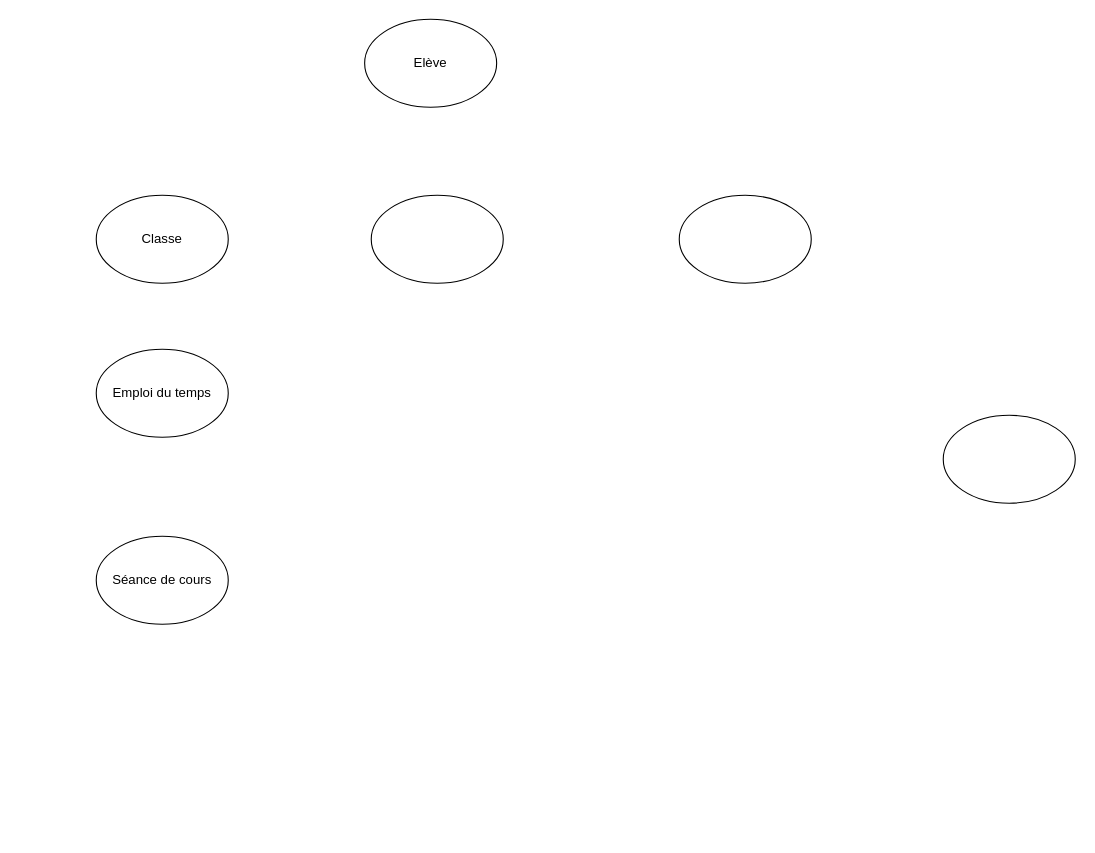
This is Representation_graphique.drawio from MarcoKlinko/symfony_app, a draw.io file, before an edit. Source tidied: cells renumbered, new cells numbered last; positions are measured from the earlier drawing's top-left corner, leaving out a move shared by most shapes. Both pictures are drawn from the tidied source at 110%, with x=0, y=0 at pixel (96, 19).
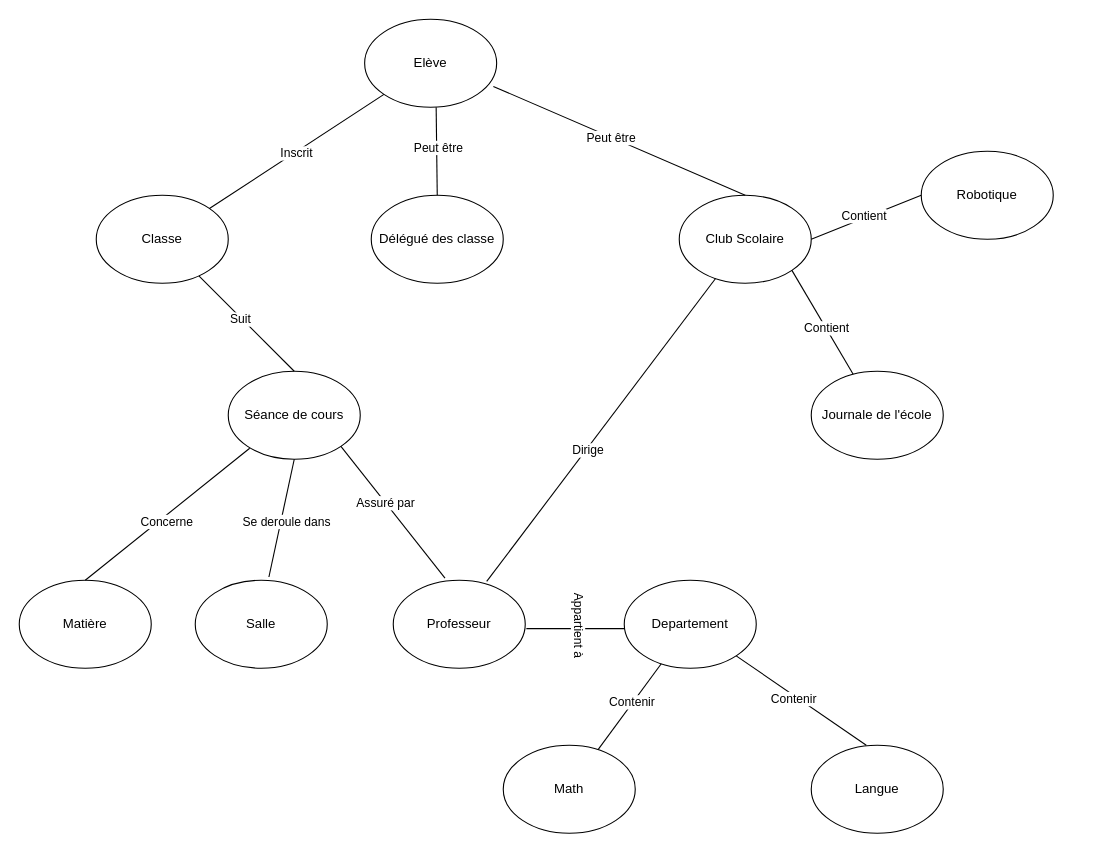
After the change.

Commit message (it also covers changes not shown here):
Mettre à jour Representation_graphique.drawio

Unchanged cells that the change refers to:
```xml
<mxCell id="2" value="Elève" style="ellipse;whiteSpace=wrap;html=1;" parent="1" vertex="1">
  <mxGeometry x="244" width="120" height="80" as="geometry" />
</mxCell>
<mxCell id="3" value="Classe" style="ellipse;whiteSpace=wrap;html=1;" parent="1" vertex="1">
  <mxGeometry y="160" width="120" height="80" as="geometry" />
</mxCell>
```

Diff of the diagram source:
```diff
@@
-    <mxCell id="4" style="ellipse;whiteSpace=wrap;html=1;" parent="1" vertex="1">
+    <mxCell id="4" value="Club Scolaire" style="ellipse;whiteSpace=wrap;html=1;" parent="1" vertex="1">
       <mxGeometry x="530" y="160" width="120" height="80" as="geometry" />
     </mxCell>
-    <mxCell id="5" style="ellipse;whiteSpace=wrap;html=1;" parent="1" vertex="1">
+    <mxCell id="5" value="Délégué des classe" style="ellipse;whiteSpace=wrap;html=1;" parent="1" vertex="1">
       <mxGeometry x="250" y="160" width="120" height="80" as="geometry" />
     </mxCell>
-    <mxCell id="6" value="Emploi du temps" style="ellipse;whiteSpace=wrap;html=1;" parent="1" vertex="1">
-      <mxGeometry y="300" width="120" height="80" as="geometry" />
-    </mxCell>
-    <mxCell id="7" style="ellipse;whiteSpace=wrap;html=1;" parent="1" vertex="1">
-      <mxGeometry x="770" y="360" width="120" height="80" as="geometry" />
+    <mxCell id="7" value="Journale de l'école" style="ellipse;whiteSpace=wrap;html=1;" parent="1" vertex="1">
+      <mxGeometry x="650" y="320" width="120" height="80" as="geometry" />
     </mxCell>
     <mxCell id="8" value="Séance de cours" style="ellipse;whiteSpace=wrap;html=1;" parent="1" vertex="1">
-      <mxGeometry y="470" width="120" height="80" as="geometry" />
+      <mxGeometry x="120" y="320" width="120" height="80" as="geometry" />
     </mxCell>
+    <mxCell id="9" value="Matière" style="ellipse;whiteSpace=wrap;html=1;" parent="1" vertex="1">
+      <mxGeometry x="-70" y="510" width="120" height="80" as="geometry" />
+    </mxCell>
+    <mxCell id="10" value="Salle" style="ellipse;whiteSpace=wrap;html=1;" parent="1" vertex="1">
+      <mxGeometry x="90" y="510" width="120" height="80" as="geometry" />
+    </mxCell>
+    <mxCell id="11" value="Professeur" style="ellipse;whiteSpace=wrap;html=1;" parent="1" vertex="1">
+      <mxGeometry x="270" y="510" width="120" height="80" as="geometry" />
+    </mxCell>
+    <mxCell id="12" style="endArrow=none;html=1;rounded=0;entryX=0;entryY=1;entryDx=0;entryDy=0;" parent="1" edge="1" source="3" target="2">
+      <mxGeometry relative="1" as="geometry" />
+    </mxCell>
+    <mxCell id="13" value="Inscrit" style="edgeLabel;html=1;align=center;verticalAlign=middle;" parent="12" vertex="1">
+      <mxGeometry x="-0.02" y="-1" relative="1" as="geometry" />
+    </mxCell>
+    <mxCell id="14" style="endArrow=none;html=1;rounded=0;entryX=0;entryY=1;entryDx=0;entryDy=0;exitX=0.5;exitY=0;exitDx=0;exitDy=0;" parent="1" edge="1" source="5">
+      <mxGeometry relative="1" as="geometry">
+        <mxPoint x="309" y="80" as="targetPoint" />
+      </mxGeometry>
+    </mxCell>
+    <mxCell id="15" value="Peut être" style="edgeLabel;html=1;align=center;verticalAlign=middle;" parent="14" vertex="1">
+      <mxGeometry x="0.07" y="-1" relative="1" as="geometry" />
+    </mxCell>
+    <mxCell id="16" style="endArrow=none;html=1;rounded=0;entryX=0.975;entryY=0.763;entryDx=0;entryDy=0;entryPerimeter=0;" parent="1" edge="1" target="2">
+      <mxGeometry relative="1" as="geometry">
+        <mxPoint x="590" y="160" as="sourcePoint" />
+      </mxGeometry>
+    </mxCell>
+    <mxCell id="17" value="Peut être" style="edgeLabel;html=1;align=center;verticalAlign=middle;" parent="16" vertex="1">
+      <mxGeometry x="0.07" relative="1" as="geometry" />
+    </mxCell>
+    <mxCell id="18" style="endArrow=none;html=1;rounded=0;entryX=0.5;entryY=0;entryDx=0;entryDy=0;" parent="1" edge="1" source="3" target="8">
+      <mxGeometry relative="1" as="geometry" />
+    </mxCell>
+    <mxCell id="19" value="Suit" style="edgeLabel;html=1;align=center;verticalAlign=middle;" parent="18" vertex="1">
+      <mxGeometry x="-0.13" y="-1" relative="1" as="geometry">
+        <mxPoint y="1" as="offset" />
+      </mxGeometry>
+    </mxCell>
+    <mxCell id="20" style="endArrow=none;html=1;rounded=0;entryX=0;entryY=1;entryDx=0;entryDy=0;exitX=0.5;exitY=0;exitDx=0;exitDy=0;" parent="1" edge="1" source="9">
+      <mxGeometry relative="1" as="geometry">
+        <mxPoint x="139.5" y="390" as="targetPoint" />
+      </mxGeometry>
+    </mxCell>
+    <mxCell id="21" value="Concerne" style="edgeLabel;html=1;align=center;verticalAlign=middle;" parent="20" vertex="1">
+      <mxGeometry x="-0.05" y="-4" relative="1" as="geometry" />
+    </mxCell>
+    <mxCell id="22" style="endArrow=none;html=1;rounded=0;entryX=0.5;entryY=1;entryDx=0;entryDy=0;exitX=0.558;exitY=-0.037;exitDx=0;exitDy=0;exitPerimeter=0;" parent="1" edge="1" source="10" target="8">
+      <mxGeometry relative="1" as="geometry" />
+    </mxCell>
+    <mxCell id="23" value="Se deroule dans" style="edgeLabel;html=1;align=center;verticalAlign=middle;" parent="22" vertex="1">
+      <mxGeometry x="-0.03" y="-4" relative="1" as="geometry" />
+    </mxCell>
+    <mxCell id="24" style="endArrow=none;html=1;rounded=0;entryX=0.392;entryY=-0.025;entryDx=0;entryDy=0;exitX=1;exitY=1;exitDx=0;exitDy=0;entryPerimeter=0;" parent="1" edge="1" source="8" target="11">
+      <mxGeometry relative="1" as="geometry" />
+    </mxCell>
+    <mxCell id="25" value="Assuré par" style="edgeLabel;html=1;align=center;verticalAlign=middle;" parent="24" vertex="1">
+      <mxGeometry x="-0.15" relative="1" as="geometry" />
+    </mxCell>
+    <mxCell id="26" value="Departement" style="ellipse;whiteSpace=wrap;html=1;" parent="1" vertex="1">
+      <mxGeometry x="480" y="510" width="120" height="80" as="geometry" />
+    </mxCell>
+    <mxCell id="27" value="Langue" style="ellipse;whiteSpace=wrap;html=1;" parent="1" vertex="1">
+      <mxGeometry x="650" y="660" width="120" height="80" as="geometry" />
+    </mxCell>
+    <mxCell id="28" value="Math" style="ellipse;whiteSpace=wrap;html=1;" parent="1" vertex="1">
+      <mxGeometry x="370" y="660" width="120" height="80" as="geometry" />
+    </mxCell>
+    <mxCell id="29" style="endArrow=none;html=1;rounded=0;" parent="1" edge="1" source="28" target="26">
+      <mxGeometry relative="1" as="geometry" />
+    </mxCell>
+    <mxCell id="30" value="Contenir" style="edgeLabel;html=1;align=center;verticalAlign=middle;" parent="29" vertex="1">
+      <mxGeometry x="0.09" y="1" relative="1" as="geometry" />
+    </mxCell>
+    <mxCell id="31" style="endArrow=none;html=1;rounded=0;exitX=0.417;exitY=0;exitDx=0;exitDy=0;exitPerimeter=0;" parent="1" edge="1" source="27" target="26">
+      <mxGeometry relative="1" as="geometry" />
+    </mxCell>
+    <mxCell id="32" value="Contenir" style="edgeLabel;html=1;align=center;verticalAlign=middle;" parent="31" vertex="1">
+      <mxGeometry x="0.11" y="3" relative="1" as="geometry">
+        <mxPoint x="1" as="offset" />
+      </mxGeometry>
+    </mxCell>
+    <mxCell id="33" style="endArrow=none;html=1;rounded=0;" parent="1" edge="1">
+      <mxGeometry relative="1" as="geometry">
+        <mxPoint x="391" y="554" as="sourcePoint" />
+        <mxPoint x="480" y="554" as="targetPoint" />
+      </mxGeometry>
+    </mxCell>
+    <mxCell id="34" value="Appartient à" style="edgeLabel;html=1;align=center;verticalAlign=middle;rotation=90;" parent="33" vertex="1">
+      <mxGeometry x="-0.26" y="-1" relative="1" as="geometry">
+        <mxPoint x="16" y="-5" as="offset" />
+      </mxGeometry>
+    </mxCell>
+    <mxCell id="35" style="endArrow=none;html=1;rounded=0;exitX=0.708;exitY=0.013;exitDx=0;exitDy=0;exitPerimeter=0;" parent="1" edge="1" source="11" target="4">
+      <mxGeometry relative="1" as="geometry" />
+    </mxCell>
+    <mxCell id="36" value="Dirige" style="edgeLabel;html=1;align=center;verticalAlign=middle;" parent="35" vertex="1">
+      <mxGeometry x="-0.13" y="-1" relative="1" as="geometry" />
+    </mxCell>
+    <mxCell id="37" value="Robotique" style="ellipse;whiteSpace=wrap;html=1;" parent="1" vertex="1">
+      <mxGeometry x="750" y="120" width="120" height="80" as="geometry" />
+    </mxCell>
+    <mxCell id="38" style="endArrow=none;html=1;rounded=0;entryX=1;entryY=1;entryDx=0;entryDy=0;" parent="1" edge="1" source="7" target="4">
+      <mxGeometry relative="1" as="geometry" />
+    </mxCell>
+    <mxCell id="39" value="Contient" style="edgeLabel;html=1;align=center;verticalAlign=middle;" parent="38" vertex="1">
+      <mxGeometry x="-0.1" relative="1" as="geometry" />
+    </mxCell>
+    <mxCell id="40" style="endArrow=none;html=1;rounded=0;entryX=0;entryY=0.5;entryDx=0;entryDy=0;" parent="1" edge="1" target="37">
+      <mxGeometry relative="1" as="geometry">
+        <mxPoint x="650" y="200" as="sourcePoint" />
+      </mxGeometry>
+    </mxCell>
+    <mxCell id="41" value="Contient" style="edgeLabel;html=1;align=center;verticalAlign=middle;" parent="40" vertex="1">
+      <mxGeometry x="-0.04" y="2" relative="1" as="geometry" />
+    </mxCell>
```
